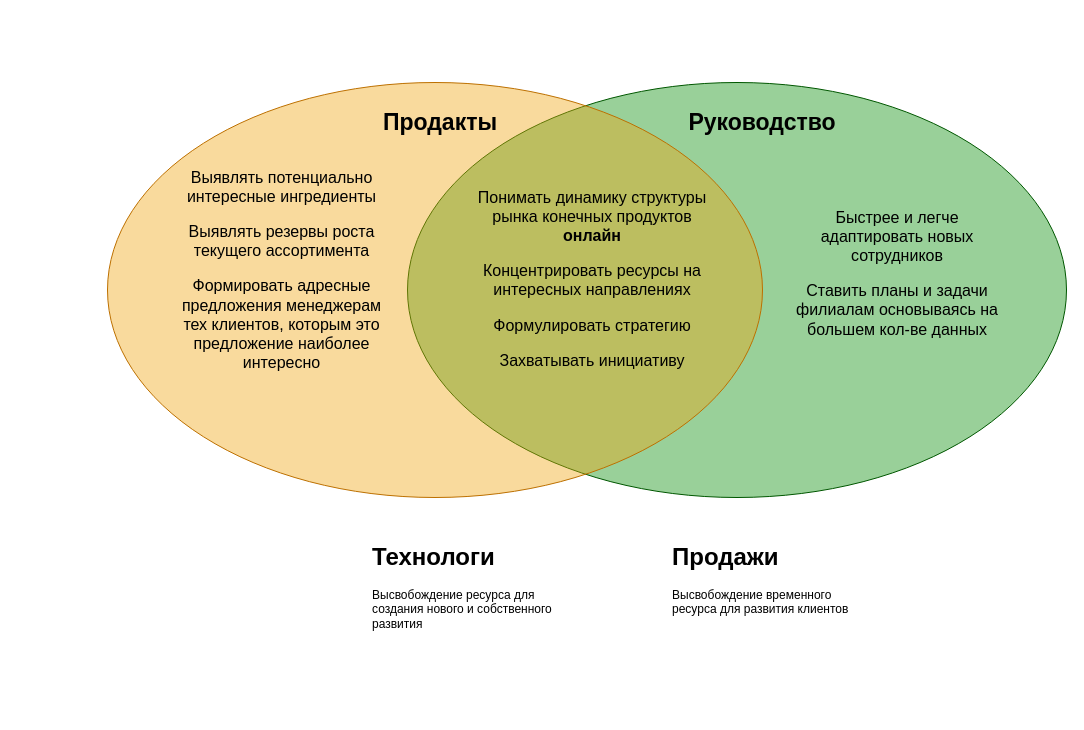
CoolStartup/StartupIdeas keeps this draw.io diagram as sample.drawio. Above is the earlier version. Source tidied: cells renumbered, new cells numbered last; positions are measured from the earlier drawing's top-left corner, leaving out a move shared by most shapes. Both pictures are drawn from the tidied source at 100%, with x=0, y=0 at pixel (107, 82).
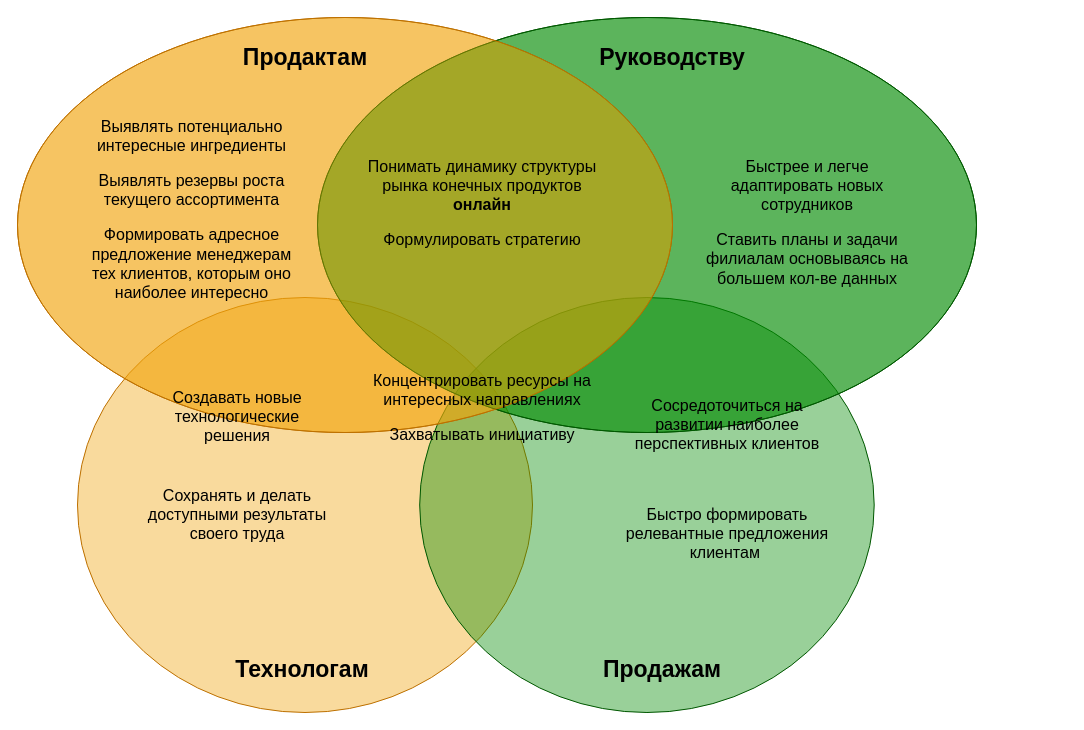
The same diagram, later.

The edit, as a diff of the source:
```diff
@@
 <mxGraphModel background="#ffffff">
   <root>
     <mxCell id="0" />
     <mxCell id="1" parent="0" />
+    <mxCell id="11" style="ellipse;whiteSpace=wrap;html=1;fillColor=#f0a30a;strokeColor=#BD7000;fillOpacity=40;fontColor=#ffffff;" parent="1" vertex="1">
+      <mxGeometry x="-30" y="215" width="455" height="415" as="geometry" />
+    </mxCell>
+    <mxCell id="12" style="ellipse;whiteSpace=wrap;html=1;fillColor=#008a00;strokeColor=#005700;fontColor=#ffffff;fillOpacity=40;" parent="1" vertex="1">
+      <mxGeometry x="312.2" y="215" width="454.5" height="415" as="geometry" />
+    </mxCell>
+    <mxCell id="13" style="ellipse;whiteSpace=wrap;html=1;fillColor=#008a00;strokeColor=#005700;fontColor=#ffffff;fillOpacity=40;" parent="1" vertex="1">
+      <mxGeometry x="210" y="-65" width="659" height="415" as="geometry" />
+    </mxCell>
+    <mxCell id="14" style="ellipse;whiteSpace=wrap;html=1;fillColor=#f0a30a;strokeColor=#BD7000;fillOpacity=40;fontColor=#ffffff;" parent="1" vertex="1">
+      <mxGeometry x="-90" y="-65" width="655" height="415" as="geometry" />
+    </mxCell>
     <mxCell id="2" style="ellipse;whiteSpace=wrap;html=1;fillColor=#008a00;strokeColor=#005700;fontColor=#ffffff;fillOpacity=40;" parent="1" vertex="1">
-      <mxGeometry x="300" width="659" height="415" as="geometry" />
+      <mxGeometry x="210" y="-65" width="659" height="415" as="geometry" />
     </mxCell>
-    <mxCell id="3" value="&lt;h1&gt;Технологи&lt;/h1&gt;&lt;p&gt;Высвобождение ресурса для создания нового и собственного развития&lt;/p&gt;" style="text;html=1;strokeColor=none;fillColor=none;spacing=5;spacingTop=-20;whiteSpace=wrap;overflow=hidden;rounded=0;" parent="1" vertex="1">
-      <mxGeometry x="260" y="455" width="190" height="120" as="geometry" />
-    </mxCell>
-    <mxCell id="4" value="&lt;h1&gt;Продажи&lt;/h1&gt;&lt;p&gt;Высвобождение временного ресурса для развития клиентов&lt;/p&gt;" style="text;html=1;strokeColor=none;fillColor=none;spacing=5;spacingTop=-20;whiteSpace=wrap;overflow=hidden;rounded=0;" parent="1" vertex="1">
-      <mxGeometry x="560" y="455" width="190" height="120" as="geometry" />
-    </mxCell>
     <mxCell id="5" value="&lt;h1 style=&quot;font-size: 16px&quot;&gt;&lt;span style=&quot;font-weight: normal&quot;&gt;Быстрее и легче адаптировать новых сотрудников&lt;/span&gt;&lt;br&gt;&lt;/h1&gt;&lt;p style=&quot;font-size: 16px&quot;&gt;Ставить планы и задачи филиалам основываясь на большем кол-ве данных&lt;/p&gt;&lt;p style=&quot;font-size: 16px&quot;&gt;&lt;br style=&quot;font-size: 16px&quot;&gt;&lt;/p&gt;&lt;p style=&quot;font-size: 16px&quot;&gt;&lt;br style=&quot;font-size: 16px&quot;&gt;&lt;/p&gt;" style="text;html=1;strokeColor=none;fillColor=none;spacing=5;spacingTop=-20;whiteSpace=wrap;overflow=hidden;rounded=0;fontSize=16;align=center;" parent="1" vertex="1">
-      <mxGeometry x="680" y="125" width="220" height="132.5" as="geometry" />
+      <mxGeometry x="590" y="73.8" width="220" height="132.5" as="geometry" />
     </mxCell>
     <mxCell id="6" style="ellipse;whiteSpace=wrap;html=1;fillColor=#f0a30a;strokeColor=#BD7000;fillOpacity=40;fontColor=#ffffff;" parent="1" vertex="1">
-      <mxGeometry width="655" height="415" as="geometry" />
+      <mxGeometry x="-90" y="-65" width="655" height="415" as="geometry" />
     </mxCell>
-    <mxCell id="7" value="&lt;h1 style=&quot;font-size: 16px&quot;&gt;&lt;span style=&quot;font-weight: normal&quot;&gt;Понимать динамику структуры рынка конечных продуктов &lt;/span&gt;онлайн&lt;br&gt;&lt;/h1&gt;&lt;p style=&quot;font-size: 16px&quot;&gt;Концентрировать ресурсы на интересных направлениях&lt;/p&gt;&lt;p style=&quot;font-size: 16px&quot;&gt;Формулировать стратегию&lt;/p&gt;&lt;p style=&quot;font-size: 16px&quot;&gt;Захватывать инициативу&lt;/p&gt;&lt;p style=&quot;font-size: 16px&quot;&gt;&lt;br style=&quot;font-size: 16px&quot;&gt;&lt;/p&gt;&lt;p style=&quot;font-size: 16px&quot;&gt;&lt;br style=&quot;font-size: 16px&quot;&gt;&lt;/p&gt;&lt;p style=&quot;font-size: 16px&quot;&gt;&lt;br style=&quot;font-size: 16px&quot;&gt;&lt;/p&gt;&lt;p style=&quot;font-size: 16px&quot;&gt;&lt;br style=&quot;font-size: 16px&quot;&gt;&lt;/p&gt;&lt;p style=&quot;font-size: 16px&quot;&gt;&lt;br style=&quot;font-size: 16px&quot;&gt;&lt;/p&gt;" style="text;html=1;strokeColor=none;fillColor=none;spacing=5;spacingTop=-20;whiteSpace=wrap;overflow=hidden;rounded=0;fontSize=16;align=center;fontFamily=Helvetica;" parent="1" vertex="1">
-      <mxGeometry x="360" y="105" width="250" height="200" as="geometry" />
+    <mxCell id="7" value="&lt;h1 style=&quot;font-size: 16px&quot;&gt;&lt;span style=&quot;font-weight: normal&quot;&gt;Понимать динамику структуры рынка конечных продуктов &lt;/span&gt;онлайн&lt;br&gt;&lt;/h1&gt;&lt;p style=&quot;font-size: 16px&quot;&gt;Формулировать стратегию&lt;br&gt;&lt;/p&gt;&lt;p style=&quot;font-size: 16px&quot;&gt;&lt;br&gt;&lt;/p&gt;&lt;p style=&quot;font-size: 16px&quot;&gt;&lt;br&gt;&lt;/p&gt;&lt;p style=&quot;font-size: 16px&quot;&gt;&lt;br&gt;&lt;/p&gt;&lt;p style=&quot;font-size: 16px&quot;&gt;Концентрировать ресурсы на интересных направлениях&lt;/p&gt;&lt;p style=&quot;font-size: 16px&quot;&gt;Захватывать инициативу&lt;/p&gt;&lt;p style=&quot;font-size: 16px&quot;&gt;&lt;br style=&quot;font-size: 16px&quot;&gt;&lt;/p&gt;&lt;p style=&quot;font-size: 16px&quot;&gt;&lt;br style=&quot;font-size: 16px&quot;&gt;&lt;/p&gt;&lt;p style=&quot;font-size: 16px&quot;&gt;&lt;br style=&quot;font-size: 16px&quot;&gt;&lt;/p&gt;&lt;p style=&quot;font-size: 16px&quot;&gt;&lt;br style=&quot;font-size: 16px&quot;&gt;&lt;/p&gt;&lt;p style=&quot;font-size: 16px&quot;&gt;&lt;br style=&quot;font-size: 16px&quot;&gt;&lt;/p&gt;" style="text;html=1;strokeColor=none;fillColor=none;spacing=5;spacingTop=-20;whiteSpace=wrap;overflow=hidden;rounded=0;fontSize=16;align=center;fontFamily=Helvetica;" parent="1" vertex="1">
+      <mxGeometry x="250" y="73.8" width="250" height="411.2" as="geometry" />
     </mxCell>
-    <mxCell id="8" value="&lt;h1 style=&quot;font-size: 16px&quot;&gt;&lt;span style=&quot;font-size: 16px ; font-weight: normal&quot;&gt;Выявлять потенциально интересные ингредиенты&lt;/span&gt;&lt;br style=&quot;font-size: 16px&quot;&gt;&lt;/h1&gt;&lt;p style=&quot;font-size: 16px&quot;&gt;Выявлять резервы роста текущего ассортимента&lt;/p&gt;&lt;p style=&quot;font-size: 16px&quot;&gt;Формировать адресные предложения менеджерам тех клиентов, которым это предложение наиболее интересно&lt;/p&gt;" style="text;html=1;strokeColor=none;fillColor=none;spacing=5;spacingTop=-20;whiteSpace=wrap;overflow=hidden;rounded=0;fontSize=16;align=center;" parent="1" vertex="1">
-      <mxGeometry x="60" y="85" width="229" height="212.5" as="geometry" />
+    <mxCell id="8" value="&lt;h1 style=&quot;font-size: 16px&quot;&gt;&lt;span style=&quot;font-size: 16px ; font-weight: normal&quot;&gt;Выявлять потенциально интересные ингредиенты&lt;/span&gt;&lt;br style=&quot;font-size: 16px&quot;&gt;&lt;/h1&gt;&lt;p style=&quot;font-size: 16px&quot;&gt;Выявлять резервы роста текущего ассортимента&lt;/p&gt;&lt;p style=&quot;font-size: 16px&quot;&gt;Формировать адресное предложение менеджерам тех клиентов, которым оно наиболее интересно&lt;/p&gt;" style="text;html=1;strokeColor=none;fillColor=none;spacing=5;spacingTop=-20;whiteSpace=wrap;overflow=hidden;rounded=0;fontSize=16;align=center;" parent="1" vertex="1">
+      <mxGeometry x="-30" y="33.8" width="229" height="212.5" as="geometry" />
     </mxCell>
-    <mxCell id="9" value="Продакты" style="text;html=1;strokeColor=none;fillColor=none;align=center;verticalAlign=middle;whiteSpace=wrap;rounded=0;labelBackgroundColor=none;fontFamily=Helvetica;fontSize=23;fontStyle=1;rotation=0;" parent="1" vertex="1">
-      <mxGeometry x="267.5" y="15" width="130" height="50" as="geometry" />
+    <mxCell id="9" value="Продактам" style="text;html=1;strokeColor=none;fillColor=none;align=center;verticalAlign=middle;whiteSpace=wrap;rounded=0;labelBackgroundColor=none;fontFamily=Helvetica;fontSize=23;fontStyle=1;rotation=0;" parent="1" vertex="1">
+      <mxGeometry x="132.5" y="-50" width="130" height="50" as="geometry" />
     </mxCell>
-    <mxCell id="10" value="Руководство" style="text;html=1;strokeColor=none;fillColor=none;align=center;verticalAlign=middle;whiteSpace=wrap;rounded=0;labelBackgroundColor=none;fontFamily=Helvetica;fontSize=23;fontStyle=1;rotation=0;" parent="1" vertex="1">
-      <mxGeometry x="590" y="15" width="130" height="50" as="geometry" />
+    <mxCell id="10" value="Руководству" style="text;html=1;strokeColor=none;fillColor=none;align=center;verticalAlign=middle;whiteSpace=wrap;rounded=0;labelBackgroundColor=none;fontFamily=Helvetica;fontSize=23;fontStyle=1;rotation=0;" parent="1" vertex="1">
+      <mxGeometry x="500" y="-50" width="130" height="50" as="geometry" />
     </mxCell>
+    <mxCell id="15" value="&lt;h1 style=&quot;font-size: 16px&quot;&gt;&lt;p&gt;&lt;span style=&quot;font-weight: normal&quot;&gt;Сосредоточиться на развитии наиболее перспективных клиентов&lt;/span&gt;&lt;/p&gt;&lt;p&gt;&lt;span style=&quot;font-weight: normal&quot;&gt;&lt;br&gt;&lt;/span&gt;&lt;/p&gt;&lt;/h1&gt;&lt;h1 style=&quot;font-size: 16px&quot;&gt;&lt;span style=&quot;font-weight: normal&quot;&gt;&lt;span&gt;Быстро формировать релевантные предложения клиентам&amp;nbsp;&lt;/span&gt;&lt;br&gt;&lt;/span&gt;&lt;/h1&gt;&lt;p style=&quot;font-size: 16px&quot;&gt;&lt;br&gt;&lt;/p&gt;" style="text;html=1;strokeColor=none;fillColor=none;spacing=5;spacingTop=-20;whiteSpace=wrap;overflow=hidden;rounded=0;fontSize=16;align=center;fontStyle=1;" parent="1" vertex="1">
+      <mxGeometry x="510" y="307.5" width="220" height="230" as="geometry" />
+    </mxCell>
+    <mxCell id="16" value="&lt;h1 style=&quot;font-size: 16px&quot;&gt;&lt;span style=&quot;font-weight: normal&quot;&gt;Создавать новые технологические решения&lt;/span&gt;&lt;br&gt;&lt;/h1&gt;&lt;h1 style=&quot;font-size: 16px&quot;&gt;&lt;span style=&quot;font-weight: 400&quot;&gt;&lt;br&gt;&lt;/span&gt;&lt;/h1&gt;&lt;h1 style=&quot;font-size: 16px&quot;&gt;&lt;span style=&quot;font-weight: 400&quot;&gt;Сохранять и делать доступными результаты своего труда&lt;/span&gt;&lt;/h1&gt;&lt;p style=&quot;font-size: 16px&quot;&gt;&lt;br style=&quot;font-size: 16px&quot;&gt;&lt;/p&gt;" style="text;html=1;strokeColor=none;fillColor=none;spacing=5;spacingTop=-20;whiteSpace=wrap;overflow=hidden;rounded=0;fontSize=16;align=center;" parent="1" vertex="1">
+      <mxGeometry x="30" y="305" width="200" height="186.2" as="geometry" />
+    </mxCell>
+    <mxCell id="17" value="Продажам" style="text;html=1;strokeColor=none;fillColor=none;align=center;verticalAlign=middle;whiteSpace=wrap;rounded=0;labelBackgroundColor=none;fontFamily=Helvetica;fontSize=23;fontStyle=1;rotation=0;" parent="1" vertex="1">
+      <mxGeometry x="490" y="562" width="130" height="50" as="geometry" />
+    </mxCell>
+    <mxCell id="18" value="Технологам" style="text;html=1;strokeColor=none;fillColor=none;align=center;verticalAlign=middle;whiteSpace=wrap;rounded=0;labelBackgroundColor=none;fontFamily=Helvetica;fontSize=23;fontStyle=1;rotation=0;" parent="1" vertex="1">
+      <mxGeometry x="130" y="562" width="130" height="50" as="geometry" />
+    </mxCell>
   </root>
 </mxGraphModel>
```
